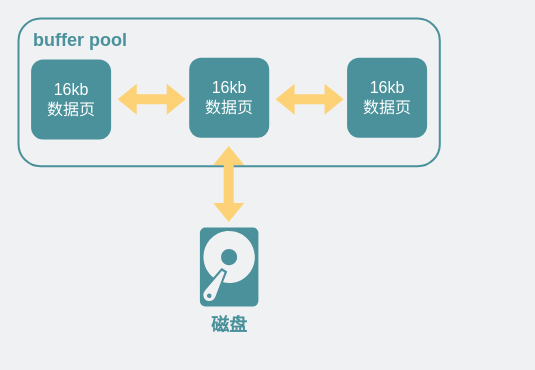
Before: network/changeBuffer在bufferPool内.drawio in xiaobaiTech/image, a draw.io diagram. Source tidied: cells renumbered, new cells numbered last; positions are measured from the earlier drawing's top-left corner, leaving out a move shared by most shapes. Both pictures are drawn from the tidied source at 100%, with x=0, y=0 at pixel (18, 18).
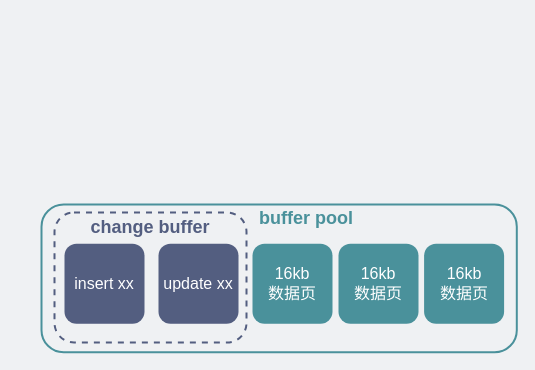
The same page after the edit.

Change to the diagram source:
```diff
@@
 <mxGraphModel background="#EFF1F3">
   <root>
     <mxCell id="0" />
     <mxCell id="1" parent="0" />
     <mxCell id="2" style="rounded=1;whiteSpace=wrap;html=1;fillColor=none;strokeColor=#4A919B;strokeWidth=2;" parent="1" vertex="1">
-      <mxGeometry width="421.3" height="147.8" as="geometry" />
+      <mxGeometry x="23" y="186" width="475.3" height="147.8" as="geometry" />
     </mxCell>
     <mxCell id="3" value="&lt;font size=&quot;1&quot; color=&quot;#4a919b&quot;&gt;&lt;b style=&quot;font-size: 18px&quot;&gt;buffer pool&lt;/b&gt;&lt;/font&gt;" style="text;html=1;strokeColor=none;fillColor=none;align=center;verticalAlign=middle;whiteSpace=wrap;rounded=0;" parent="1" vertex="1">
-      <mxGeometry x="7.6" y="5.4" width="107.5" height="32.5" as="geometry" />
+      <mxGeometry x="234" y="184" width="107.5" height="32.5" as="geometry" />
     </mxCell>
     <mxCell id="4" value="&lt;font color=&quot;#ffffff&quot; style=&quot;font-size: 16px&quot;&gt;16kb&lt;br&gt;数据页&lt;/font&gt;" style="whiteSpace=wrap;html=1;rounded=1;strokeColor=none;fillColor=#4A919B;" parent="1" vertex="1">
-      <mxGeometry x="12.6" y="41" width="80" height="80" as="geometry" />
+      <mxGeometry x="234" y="225.2" width="80" height="80" as="geometry" />
     </mxCell>
-    <mxCell id="5" style="shape=flexArrow;endArrow=classic;startArrow=classic;html=1;rounded=0;fontSize=16;fontColor=#FFFFFF;strokeColor=none;fillColor=#FDD276;" parent="1" edge="1">
-      <mxGeometry relative="1" as="geometry">
-        <mxPoint x="98.7" y="80.8" as="sourcePoint" />
-        <mxPoint x="167.7" y="80.8" as="targetPoint" />
-      </mxGeometry>
-    </mxCell>
     <mxCell id="6" value="&lt;font color=&quot;#ffffff&quot; style=&quot;font-size: 16px&quot;&gt;16kb&lt;br&gt;数据页&lt;/font&gt;" style="whiteSpace=wrap;html=1;rounded=1;strokeColor=none;fillColor=#4A919B;" parent="1" vertex="1">
-      <mxGeometry x="170.7" y="39.2" width="80" height="80" as="geometry" />
+      <mxGeometry x="320" y="225.2" width="80" height="80" as="geometry" />
     </mxCell>
-    <mxCell id="7" style="shape=flexArrow;endArrow=classic;startArrow=classic;html=1;rounded=0;fontSize=16;fontColor=#FFFFFF;strokeColor=none;fillColor=#FDD276;" parent="1" edge="1">
-      <mxGeometry relative="1" as="geometry">
-        <mxPoint x="256.6" y="80.8" as="sourcePoint" />
-        <mxPoint x="325.6" y="80.8" as="targetPoint" />
-      </mxGeometry>
-    </mxCell>
     <mxCell id="8" value="&lt;font color=&quot;#ffffff&quot; style=&quot;font-size: 16px&quot;&gt;16kb&lt;br&gt;数据页&lt;/font&gt;" style="whiteSpace=wrap;html=1;rounded=1;strokeColor=none;fillColor=#4A919B;" parent="1" vertex="1">
-      <mxGeometry x="328.6" y="39.2" width="80" height="80" as="geometry" />
+      <mxGeometry x="405.6" y="225.2" width="80" height="80" as="geometry" />
     </mxCell>
-    <mxCell id="9" value="&lt;span style=&quot;font-size: 18px&quot;&gt;&lt;b&gt;&lt;font color=&quot;#4a919b&quot;&gt;磁盘&lt;/font&gt;&lt;/b&gt;&lt;/span&gt;" style="text;html=1;strokeColor=none;fillColor=none;align=center;verticalAlign=middle;whiteSpace=wrap;rounded=0;" parent="1" vertex="1">
-      <mxGeometry x="156.9" y="291" width="107.5" height="32.5" as="geometry" />
-    </mxCell>
-    <mxCell id="10" style="shape=flexArrow;endArrow=classic;startArrow=classic;html=1;rounded=0;fontSize=16;fontColor=#FFFFFF;fillColor=#FDD276;strokeColor=none;" parent="1" edge="1">
-      <mxGeometry relative="1" as="geometry">
-        <mxPoint x="210.2" y="204" as="sourcePoint" />
-        <mxPoint x="210.2" y="127" as="targetPoint" />
-      </mxGeometry>
-    </mxCell>
-    <mxCell id="11" style="sketch=0;shadow=0;dashed=0;html=1;strokeColor=none;fillColor=#4A919B;labelPosition=center;verticalLabelPosition=bottom;verticalAlign=top;align=center;shape=mxgraph.office.devices.hard_disk;rounded=1;fontSize=16;fontColor=#FFFFFF;" parent="1" vertex="1">
-      <mxGeometry x="181.4" y="209" width="58.5" height="79" as="geometry" />
-    </mxCell>
+    <mxCell id="12" style="rounded=1;whiteSpace=wrap;html=1;fillColor=none;strokeColor=#535E80;strokeWidth=2;dashed=1;" parent="1" vertex="1">
+      <mxGeometry x="36" y="194" width="192" height="130" as="geometry" />
+    </mxCell>
+    <mxCell id="13" value="&lt;font color=&quot;#ffffff&quot;&gt;&lt;span style=&quot;font-size: 16px&quot;&gt;insert xx&lt;/span&gt;&lt;/font&gt;" style="whiteSpace=wrap;html=1;rounded=1;strokeColor=none;fillColor=#535E80;" parent="1" vertex="1">
+      <mxGeometry x="46" y="225.2" width="80" height="80" as="geometry" />
+    </mxCell>
+    <mxCell id="14" value="&lt;font color=&quot;#ffffff&quot;&gt;&lt;span style=&quot;font-size: 16px&quot;&gt;update xx&lt;/span&gt;&lt;/font&gt;" style="whiteSpace=wrap;html=1;rounded=1;strokeColor=none;fillColor=#535E80;" parent="1" vertex="1">
+      <mxGeometry x="140" y="225.2" width="80" height="80" as="geometry" />
+    </mxCell>
+    <mxCell id="15" value="&lt;font size=&quot;1&quot; color=&quot;#535e80&quot;&gt;&lt;b style=&quot;font-size: 18px&quot;&gt;change buffer&lt;/b&gt;&lt;/font&gt;" style="text;html=1;strokeColor=none;fillColor=none;align=center;verticalAlign=middle;whiteSpace=wrap;rounded=0;" parent="1" vertex="1">
+      <mxGeometry x="60.1" y="193" width="143.8" height="32.2" as="geometry" />
+    </mxCell>
   </root>
 </mxGraphModel>
```
